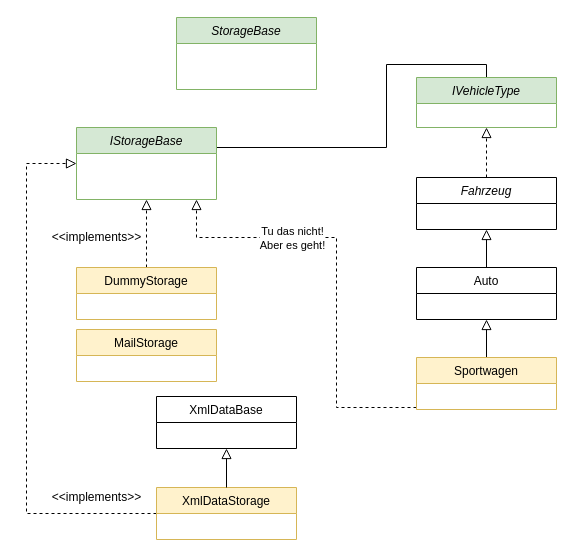
Before: src/20211123/images/Übersicht_Abstract_vs_Interface.drawio in atillakati/sw_developer_2021_Trainer, a draw.io diagram. Source tidied: cells renumbered, new cells numbered last; positions are measured from the earlier drawing's top-left corner, leaving out a move shared by most shapes. Both pictures are drawn from the tidied source at 100%, with x=0, y=0 at pixel (26, 17).
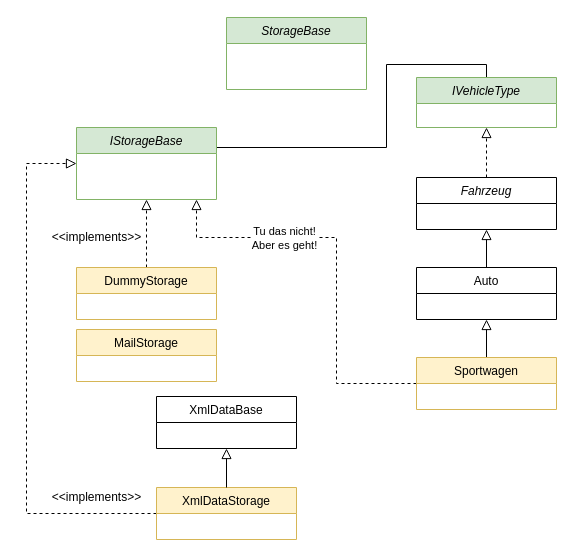
The same page after the edit.

The change refers to these unchanged cells:
```xml
<mxCell id="5" value="IStorageBase" style="swimlane;fontStyle=2;horizontal=1;startSize=26;fillColor=#d5e8d4;strokeColor=#82b366;" parent="1" vertex="1">
  <mxGeometry x="50" y="110" width="140" height="72" as="geometry" />
</mxCell>
<mxCell id="19" value="Sportwagen" style="swimlane;fontStyle=0;horizontal=1;startSize=26;fillColor=#fff2cc;strokeColor=#d6b656;" parent="1" vertex="1">
  <mxGeometry x="390" y="340" width="140" height="52" as="geometry" />
</mxCell>
```

What changed in the source:
```diff
@@
-    <mxCell id="17" style="edgeStyle=orthogonalEdgeStyle;rounded=0;jettySize=auto;html=1;startArrow=none;startFill=0;endArrow=block;endFill=0;startSize=8;endSize=8;dashed=1;" parent="1" edge="1" source="19" target="5">
+    <mxCell id="17" style="edgeStyle=orthogonalEdgeStyle;rounded=0;jettySize=auto;html=1;startArrow=none;startFill=0;endArrow=block;endFill=0;startSize=8;endSize=8;dashed=1;exitX=0;exitY=0.5;exitDx=0;exitDy=0;" parent="1" edge="1" source="19" target="5">
       <mxGeometry relative="1" as="geometry">
         <Array as="points">
-          <mxPoint x="310" y="390" />
+          <mxPoint x="310" y="366" />
           <mxPoint x="310" y="220" />
           <mxPoint x="170" y="220" />
         </Array>
       </mxGeometry>
     </mxCell>
@@
     <mxCell id="20" value="StorageBase" style="swimlane;fontStyle=2;horizontal=1;startSize=26;fillColor=#d5e8d4;strokeColor=#82b366;" parent="1" vertex="1">
-      <mxGeometry x="150" width="140" height="72" as="geometry" />
+      <mxGeometry x="200" width="140" height="72" as="geometry" />
     </mxCell>
```
